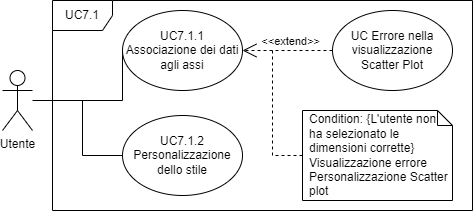
The draw.io diagram assets/personalizzazioneScatterPlot.drawio.png in Club-Swendwich/Documenti, before a commit. Source tidied: cells renumbered, new cells last; positions are measured from the earlier drawing's top-left corner, leaving out a move shared by most shapes.
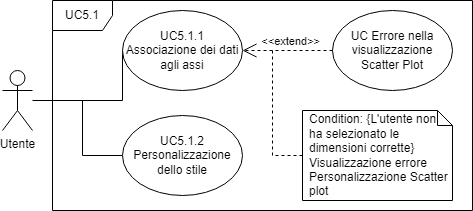
The same file after the commit.

Change to the diagram source:
```diff
@@ -2,7 +2,7 @@
   <root>
     <mxCell id="0" />
     <mxCell id="1" parent="0" />
-    <mxCell id="2" value="UC7.1" style="shape=umlFrame;whiteSpace=wrap;html=1;" parent="1" vertex="1">
+    <mxCell id="2" value="UC5.1" style="shape=umlFrame;whiteSpace=wrap;html=1;" parent="1" vertex="1">
       <mxGeometry x="50" width="420" height="210" as="geometry" />
     </mxCell>
     <mxCell id="3" value="Utente" style="shape=umlActor;verticalLabelPosition=bottom;verticalAlign=top;html=1;outlineConnect=0;" parent="1" vertex="1">
@@ -15,7 +15,7 @@
         </Array>
       </mxGeometry>
     </mxCell>
-    <mxCell id="5" value="UC7.1.1 Associazione dei dati agli assi" style="ellipse;whiteSpace=wrap;html=1;" parent="1" vertex="1">
+    <mxCell id="5" value="UC5.1.1 Associazione dei dati agli assi" style="ellipse;whiteSpace=wrap;html=1;" parent="1" vertex="1">
       <mxGeometry x="120" y="10" width="120" height="80" as="geometry" />
     </mxCell>
     <mxCell id="6" style="edgeStyle=orthogonalEdgeStyle;rounded=0;jettySize=auto;html=1;exitX=0;exitY=0.5;exitDx=0;exitDy=0;endArrow=none;endFill=0;" parent="1" edge="1" source="7">
@@ -23,7 +23,7 @@
         <mxPoint x="80" y="100" as="targetPoint" />
       </mxGeometry>
     </mxCell>
-    <mxCell id="7" value="UC7.1.2 Personalizzazione dello stile" style="ellipse;whiteSpace=wrap;html=1;" parent="1" vertex="1">
+    <mxCell id="7" value="UC5.1.2 Personalizzazione dello stile" style="ellipse;whiteSpace=wrap;html=1;" parent="1" vertex="1">
       <mxGeometry x="120" y="115" width="120" height="80" as="geometry" />
     </mxCell>
     <mxCell id="8" value="UC Errore nella visualizzazione Scatter Plot" style="ellipse;whiteSpace=wrap;html=1;" parent="1" vertex="1">
```
